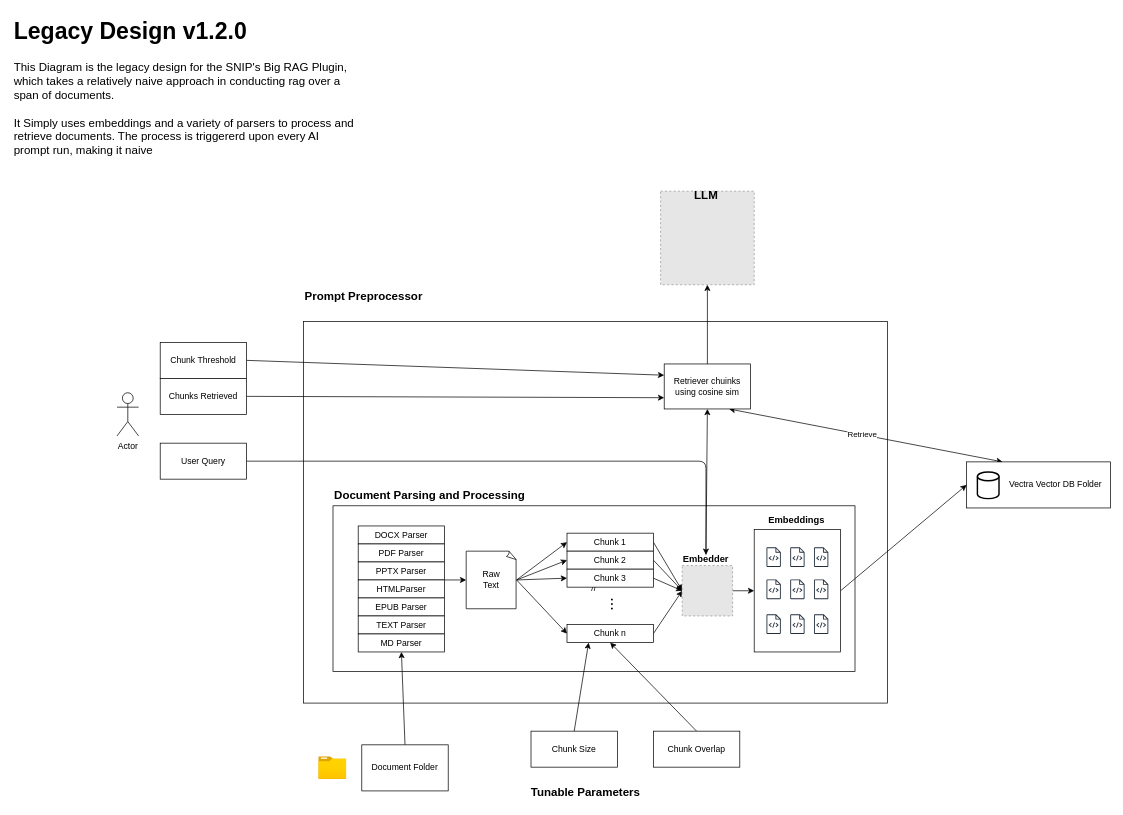
Before: page "v1.2.0" (1 of 3) of documentation/diagrams/architecture.drawio in Tedyang2003/big-rag, a draw.io diagram. Source tidied: cells renumbered, new cells numbered last; positions are measured from the earlier drawing's top-left corner, leaving out a move shared by most shapes. Both pictures are drawn from the tidied source at 72%, with x=0, y=0 at pixel (12, 12). Pictures stored in the file or linked from it are replaced by grey dashed boxes.
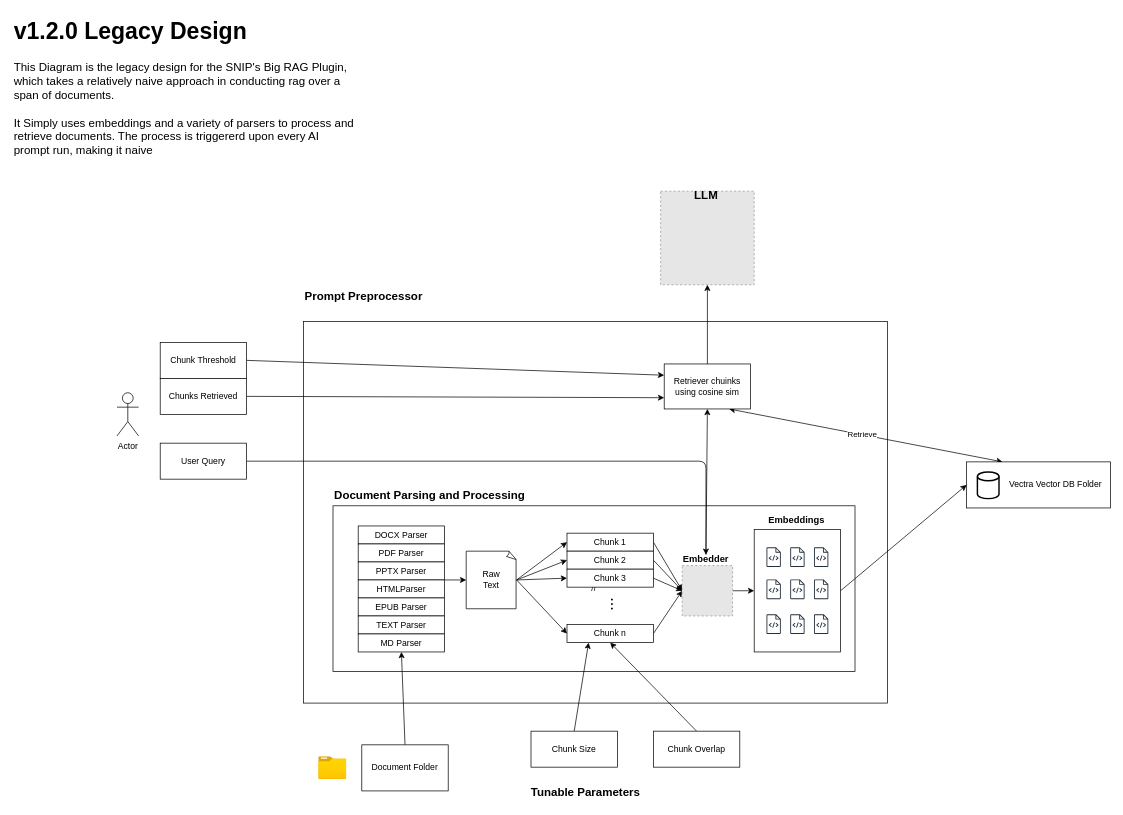
Above is the later version.

Change to the diagram source:
```diff
@@
-    <mxCell id="67" value="&lt;h1 style=&quot;margin-top: 0px;&quot;&gt;Legacy Design v1.2.0&lt;/h1&gt;&lt;div&gt;This Diagram is the legacy design for the SNIP's Big RAG Plugin, which takes a relatively naive approach in conducting rag over a span of documents.&amp;nbsp;&lt;/div&gt;&lt;div&gt;&lt;br&gt;&lt;/div&gt;&lt;div&gt;It Simply uses embeddings and a variety of parsers to process and retrieve documents. The process is triggererd upon every AI prompt run, making it naive&lt;/div&gt;" style="text;html=1;whiteSpace=wrap;overflow=hidden;rounded=0;fontSize=16;" parent="1" vertex="1">
+    <mxCell id="67" value="&lt;h1 style=&quot;margin-top: 0px;&quot;&gt;v1.2.0 Legacy Design&amp;nbsp;&lt;/h1&gt;&lt;div&gt;This Diagram is the legacy design for the SNIP's Big RAG Plugin, which takes a relatively naive approach in conducting rag over a span of documents.&amp;nbsp;&lt;/div&gt;&lt;div&gt;&lt;br&gt;&lt;/div&gt;&lt;div&gt;It Simply uses embeddings and a variety of parsers to process and retrieve documents. The process is triggererd upon every AI prompt run, making it naive&lt;/div&gt;" style="text;html=1;whiteSpace=wrap;overflow=hidden;rounded=0;fontSize=16;" parent="1" vertex="1">
       <mxGeometry width="480" height="220" as="geometry" />
     </mxCell>
```
